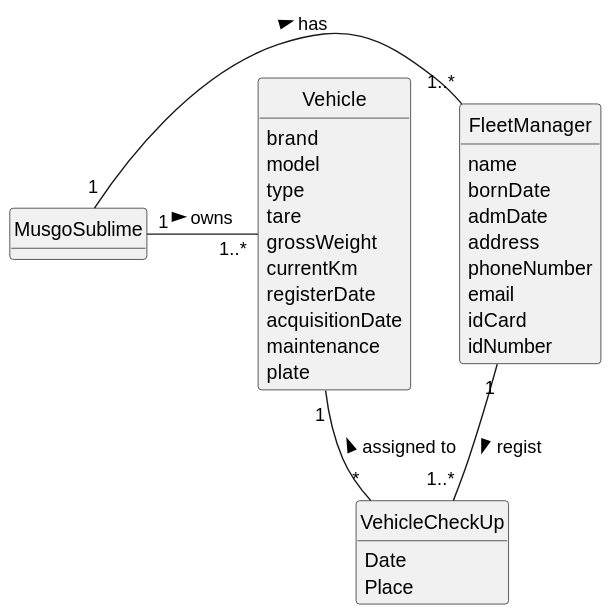
Above: docs/sprint2/us007/02.analysis/svg/us007-domain-model.svg in 1231360-ISEP/lei-24-s2-1db-g021 (PlantUML), before the change. Source of this version:
```plantuml
@startuml
skinparam monochrome true
skinparam packageStyle rectangle
skinparam shadowing false

skinparam classAttributeIconSize 0

hide circle
hide methods

class MusgoSublime {
}

class FleetManager {
    name
    bornDate
    admDate
    address
    phoneNumber
    email
    idCard
    idNumber
}

class Vehicle {
    brand
    model
    type
    tare
    grossWeight
    currentKm
    registerDate
    acquisitionDate
    maintenance
    plate
}

class VehicleCheckUp {
    Date
    Place
}

MusgoSublime "1" - "1..*" FleetManager: has >
MusgoSublime "1" - "1..*" Vehicle: owns >
FleetManager "1" -- "1..*" VehicleCheckUp : regist >
Vehicle "1" -- "*" VehicleCheckUp : assigned to <
@enduml
```
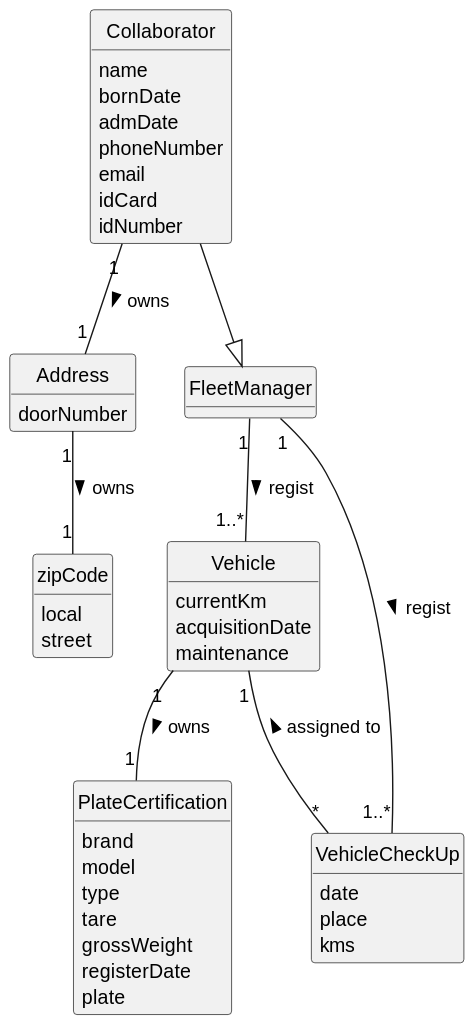
Later version of the same file.

What changed in the source:
```diff
@@ -8,40 +8,54 @@
 hide circle
 hide methods
 
-class MusgoSublime {
-}
-
-class FleetManager {
+class Collaborator {
     name
     bornDate
     admDate
-    address
     phoneNumber
     email
     idCard
     idNumber
 }
 
+class Address {
+    doorNumber
+}
+
+class zipCode {
+    local
+    street
+}
+
+class FleetManager {}
+
 class Vehicle {
+    currentKm
+    acquisitionDate
+    maintenance
+}
+
+class PlateCertification{
     brand
     model
     type
     tare
     grossWeight
-    currentKm
     registerDate
-    acquisitionDate
-    maintenance
     plate
 }
 
 class VehicleCheckUp {
-    Date
-    Place
+    date
+    place
+    kms
 }
 
-MusgoSublime "1" - "1..*" FleetManager: has >
-MusgoSublime "1" - "1..*" Vehicle: owns >
+Collaborator --|> FleetManager
+FleetManager "1" -- "1..*" Vehicle : regist >
+Vehicle "1" -- "1" PlateCertification : owns >
+Collaborator "1" -- "1" Address: owns >
+Address "1" -- "1" zipCode : owns >
 FleetManager "1" -- "1..*" VehicleCheckUp : regist >
 Vehicle "1" -- "*" VehicleCheckUp : assigned to <
 @enduml
```
